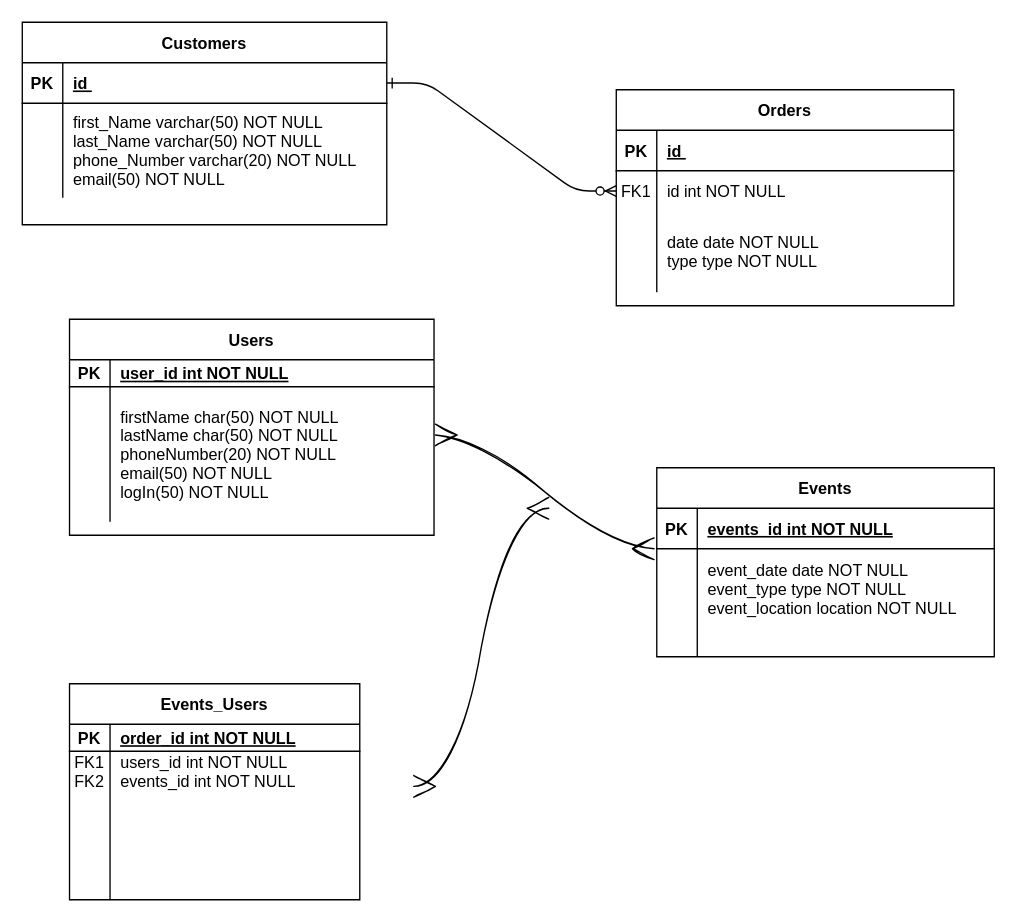
Before: Pizza Diagram.drawio in CNuncio/database-exercises, a draw.io diagram. Source tidied: cells renumbered, new cells numbered last; positions are measured from the earlier drawing's top-left corner, leaving out a move shared by most shapes. Both pictures are drawn from the tidied source at 135%, with x=0, y=0 at pixel (22, 22).
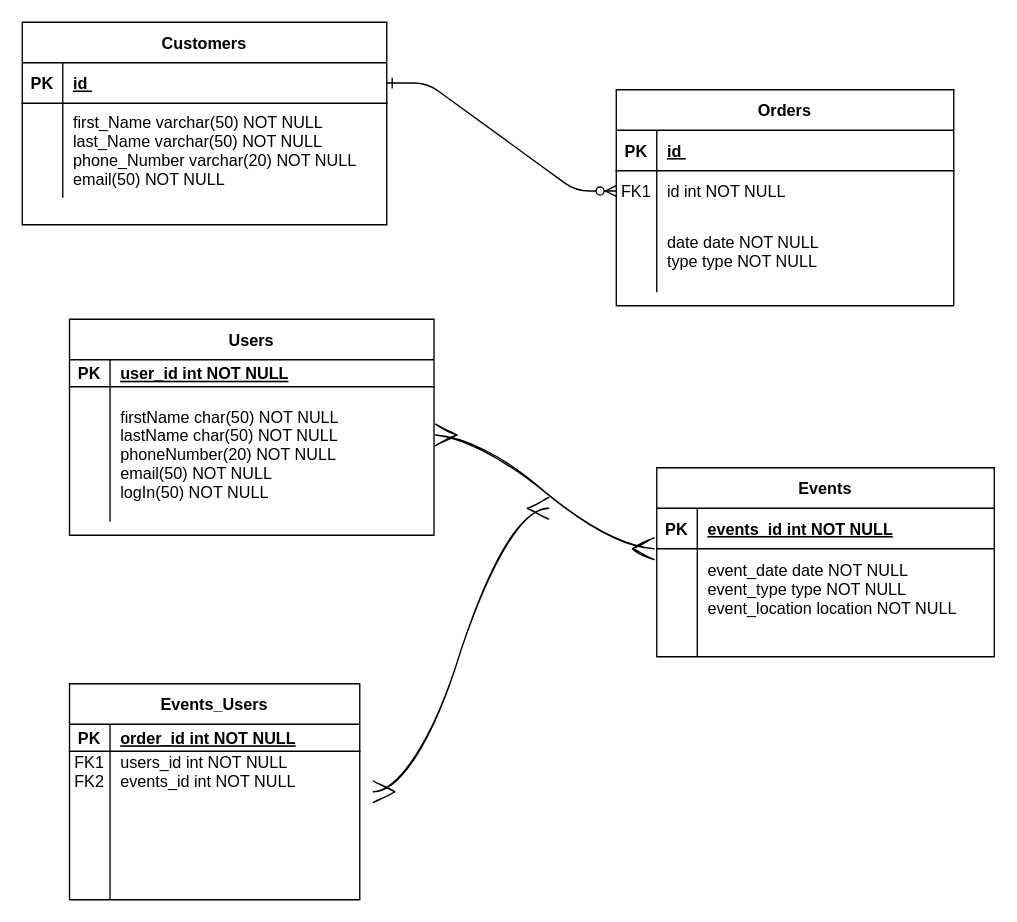
Above is the later version.

What changed in the source:
```diff
@@
-    <mxCell id="48" style="edgeStyle=entityRelationEdgeStyle;fontSize=12;html=1;endArrow=ERmany;startArrow=ERmany;rounded=0;sketch=1;hachureGap=4;fontFamily=Architects Daughter;startSize=14;endSize=14;sourcePerimeterSpacing=8;targetPerimeterSpacing=8;curved=1;exitX=1.004;exitY=0.357;exitDx=0;exitDy=0;exitPerimeter=0;" parent="1" edge="1">
+    <mxCell id="48" style="edgeStyle=entityRelationEdgeStyle;fontSize=12;html=1;endArrow=ERmany;startArrow=ERmany;rounded=0;sketch=1;hachureGap=4;fontFamily=Architects Daughter;startSize=14;endSize=14;sourcePerimeterSpacing=8;targetPerimeterSpacing=8;curved=1;" parent="1" edge="1">
       <mxGeometry relative="1" as="geometry">
-        <mxPoint x="290" y="566" as="sourcePoint" />
+        <mxPoint x="260" y="570" as="sourcePoint" />
         <mxPoint x="390" y="360" as="targetPoint" />
       </mxGeometry>
     </mxCell>
```
